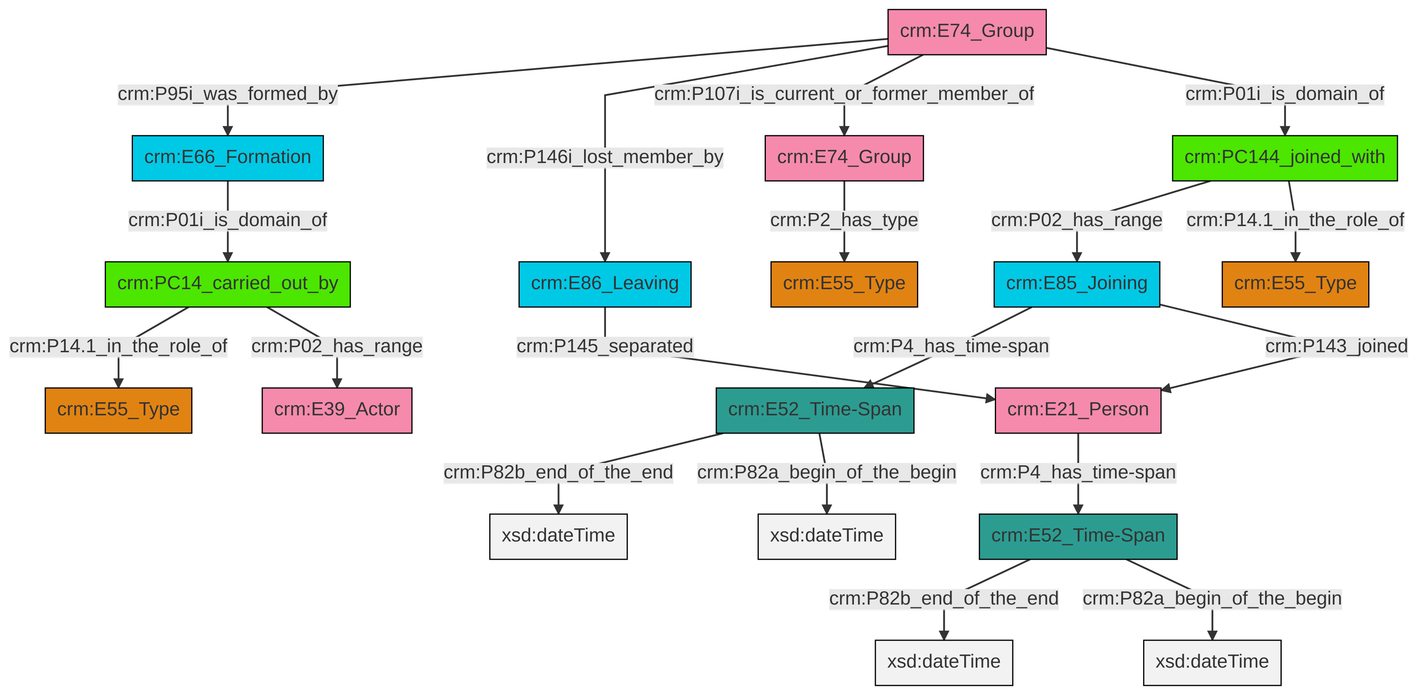
Earlier version of the Mermaid export et/groupCSV/ttl/mmd/png/group_actor_relations.png (swiss-art-research-net/reference-data-models). Its source is kept beside it as et/groupCSV/ttl/mmd/group_actor_relations.ttl.mmd.
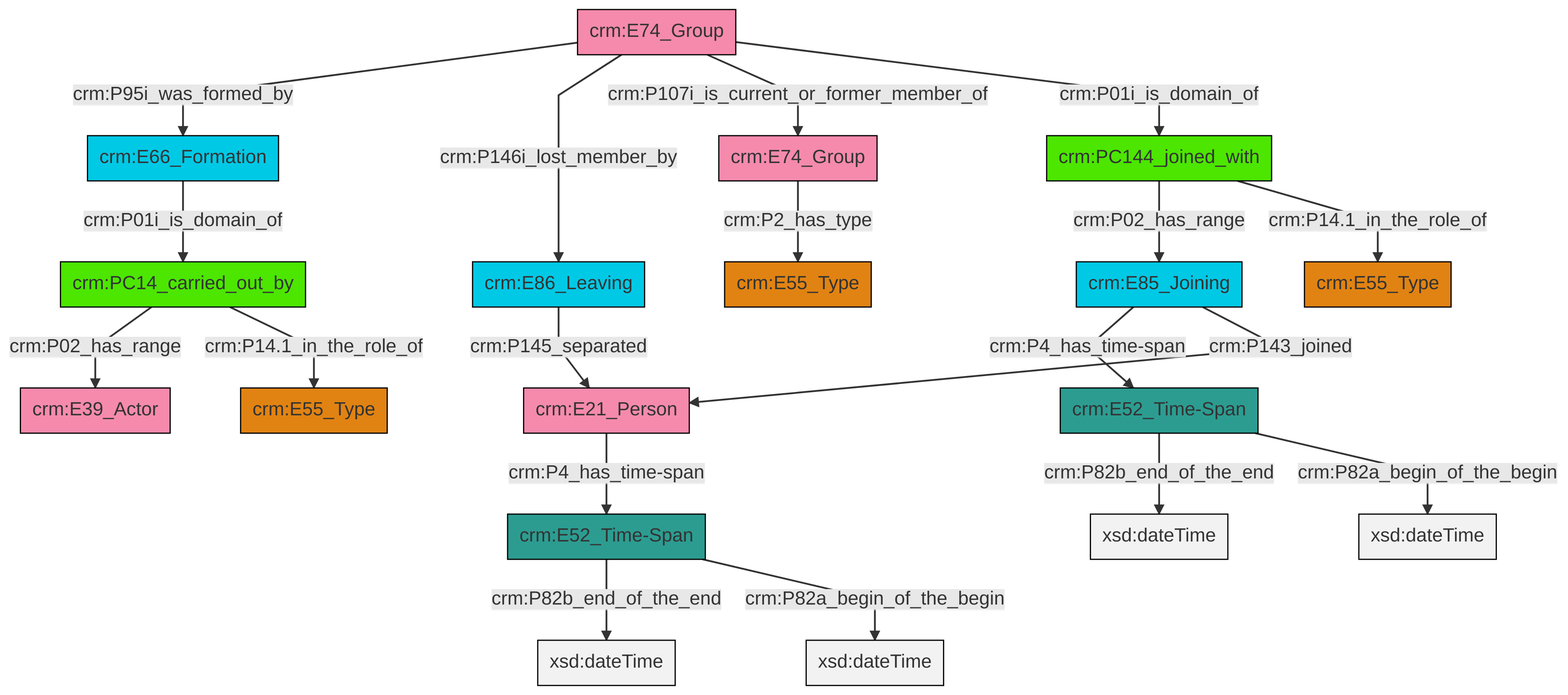
The same file after the commit.

Diff of the diagram source:
```diff
@@ -13,21 +13,21 @@
 classDef PC_Classes fill:#4ce600, stroke:#000000;
 classDef Multi fill:#cccccc,stroke:#000000;
 
-2["crm:E74_Group"]:::Actor -->|crm:P95i_was_formed_by| 3["crm:E66_Formation"]:::Temporal_Entity
-4["crm:E52_Time-Span"]:::Time-Span -->|crm:P82b_end_of_the_end| 5[xsd:dateTime]:::Literal
-8["crm:PC144_joined_with"]:::PC_Classes -->|crm:P02_has_range| 9["crm:E85_Joining"]:::Temporal_Entity
-11["crm:PC14_carried_out_by"]:::PC_Classes -->|crm:P14.1_in_the_role_of| 12["crm:E55_Type"]:::Type
-11["crm:PC14_carried_out_by"]:::PC_Classes -->|crm:P02_has_range| 13["crm:E39_Actor"]:::Actor
-8["crm:PC144_joined_with"]:::PC_Classes -->|crm:P14.1_in_the_role_of| 18["crm:E55_Type"]:::Type
-20["crm:E74_Group"]:::Actor -->|crm:P2_has_type| 6["crm:E55_Type"]:::Type
-2["crm:E74_Group"]:::Actor -->|crm:P146i_lost_member_by| 14["crm:E86_Leaving"]:::Temporal_Entity
-0["crm:E52_Time-Span"]:::Time-Span -->|crm:P82b_end_of_the_end| 21[xsd:dateTime]:::Literal
-2["crm:E74_Group"]:::Actor -->|crm:P107i_is_current_or_former_member_of| 20["crm:E74_Group"]:::Actor
-3["crm:E66_Formation"]:::Temporal_Entity -->|crm:P01i_is_domain_of| 11["crm:PC14_carried_out_by"]:::PC_Classes
-2["crm:E74_Group"]:::Actor -->|crm:P01i_is_domain_of| 8["crm:PC144_joined_with"]:::PC_Classes
-9["crm:E85_Joining"]:::Temporal_Entity -->|crm:P4_has_time-span| 0["crm:E52_Time-Span"]:::Time-Span
-0["crm:E52_Time-Span"]:::Time-Span -->|crm:P82a_begin_of_the_begin| 26[xsd:dateTime]:::Literal
-16["crm:E21_Person"]:::Actor -->|crm:P4_has_time-span| 4["crm:E52_Time-Span"]:::Time-Span
-14["crm:E86_Leaving"]:::Temporal_Entity -->|crm:P145_separated| 16["crm:E21_Person"]:::Actor
-9["crm:E85_Joining"]:::Temporal_Entity -->|crm:P143_joined| 16["crm:E21_Person"]:::Actor
-4["crm:E52_Time-Span"]:::Time-Span -->|crm:P82a_begin_of_the_begin| 34[xsd:dateTime]:::Literal
+2["crm:E21_Person"]:::Actor -->|crm:P4_has_time-span| 3["crm:E52_Time-Span"]:::Time-Span
+9["crm:E74_Group"]:::Actor -->|crm:P95i_was_formed_by| 10["crm:E66_Formation"]:::Temporal_Entity
+14["crm:PC14_carried_out_by"]:::PC_Classes -->|crm:P02_has_range| 15["crm:E39_Actor"]:::Actor
+10["crm:E66_Formation"]:::Temporal_Entity -->|crm:P01i_is_domain_of| 14["crm:PC14_carried_out_by"]:::PC_Classes
+3["crm:E52_Time-Span"]:::Time-Span -->|crm:P82b_end_of_the_end| 20[xsd:dateTime]:::Literal
+17["crm:PC144_joined_with"]:::PC_Classes -->|crm:P02_has_range| 22["crm:E85_Joining"]:::Temporal_Entity
+22["crm:E85_Joining"]:::Temporal_Entity -->|crm:P4_has_time-span| 23["crm:E52_Time-Span"]:::Time-Span
+17["crm:PC144_joined_with"]:::PC_Classes -->|crm:P14.1_in_the_role_of| 11["crm:E55_Type"]:::Type
+23["crm:E52_Time-Span"]:::Time-Span -->|crm:P82b_end_of_the_end| 24[xsd:dateTime]:::Literal
+14["crm:PC14_carried_out_by"]:::PC_Classes -->|crm:P14.1_in_the_role_of| 5["crm:E55_Type"]:::Type
+26["crm:E74_Group"]:::Actor -->|crm:P2_has_type| 0["crm:E55_Type"]:::Type
+9["crm:E74_Group"]:::Actor -->|crm:P146i_lost_member_by| 7["crm:E86_Leaving"]:::Temporal_Entity
+9["crm:E74_Group"]:::Actor -->|crm:P107i_is_current_or_former_member_of| 26["crm:E74_Group"]:::Actor
+23["crm:E52_Time-Span"]:::Time-Span -->|crm:P82a_begin_of_the_begin| 30[xsd:dateTime]:::Literal
+7["crm:E86_Leaving"]:::Temporal_Entity -->|crm:P145_separated| 2["crm:E21_Person"]:::Actor
+9["crm:E74_Group"]:::Actor -->|crm:P01i_is_domain_of| 17["crm:PC144_joined_with"]:::PC_Classes
+22["crm:E85_Joining"]:::Temporal_Entity -->|crm:P143_joined| 2["crm:E21_Person"]:::Actor
+3["crm:E52_Time-Span"]:::Time-Span -->|crm:P82a_begin_of_the_begin| 34[xsd:dateTime]:::Literal
```
